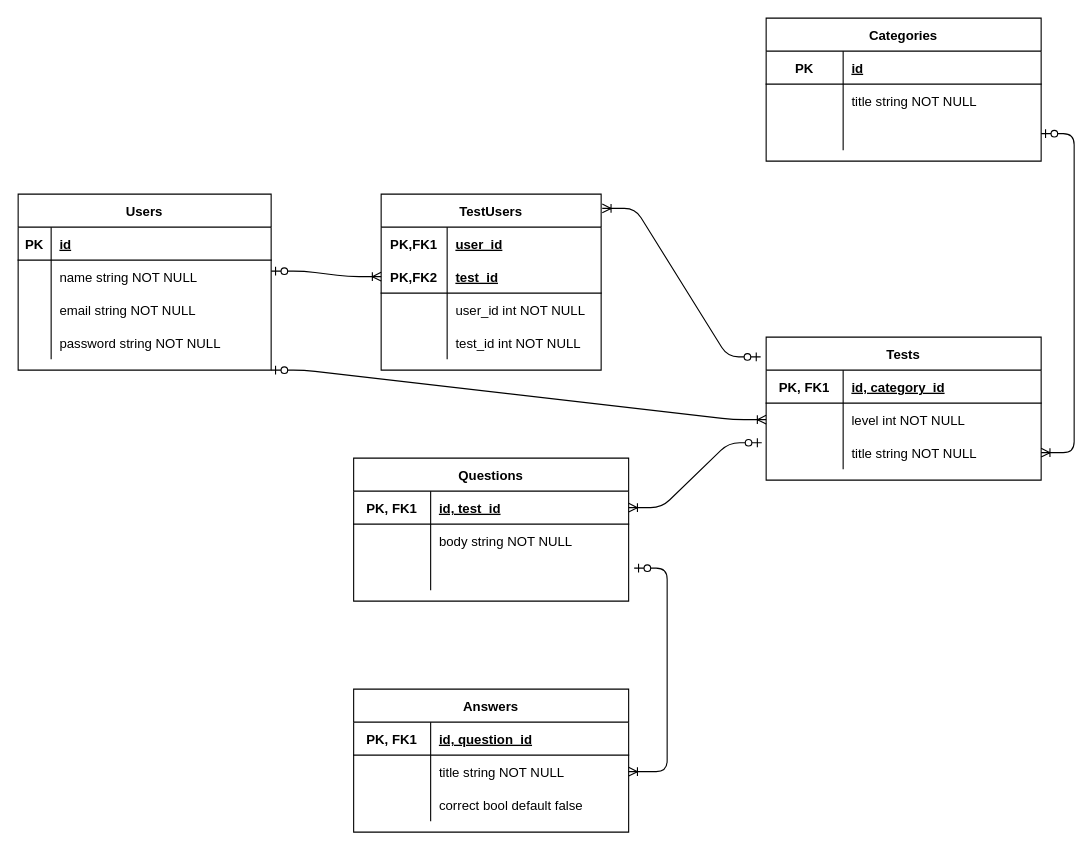
Before: Untitled Diagram.drawio in forzamaks/testGuru, a draw.io diagram. Source tidied: cells renumbered, new cells numbered last; positions are measured from the earlier drawing's top-left corner, leaving out a move shared by most shapes. Both pictures are drawn from the tidied source at 110%, with x=0, y=0 at pixel (18, 18).
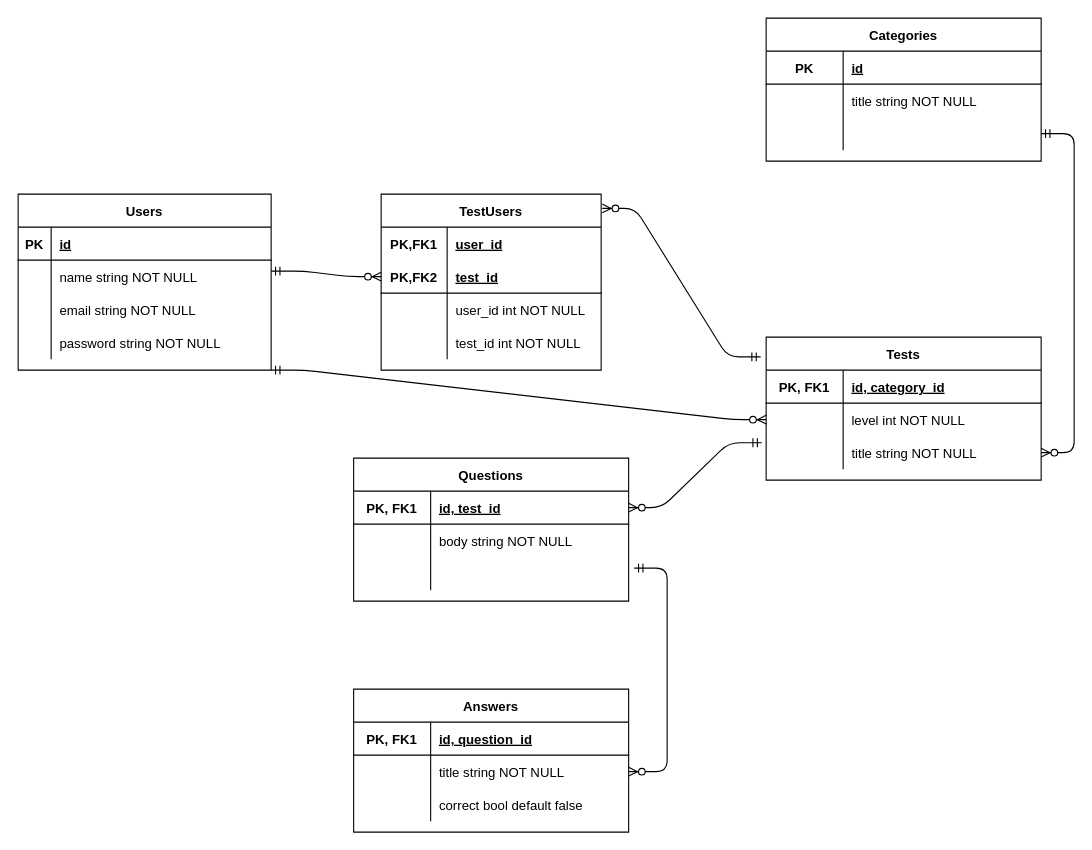
The same page after the edit.

Unchanged cells that the change refers to:
```xml
<mxCell id="2" value="Users" style="shape=table;startSize=30;childLayout=tableLayout;rowLines=0;fontStyle=1;align=center;" parent="1" vertex="1">
  <mxGeometry y="160" width="230" height="160" as="geometry" />
</mxCell>
<mxCell id="15" value="TestUsers" style="shape=table;startSize=30;childLayout=tableLayout;rowLines=0;fontStyle=1;align=center;" parent="1" vertex="1">
  <mxGeometry x="330" y="160" width="200" height="160" as="geometry" />
</mxCell>
<mxCell id="19" style="shape=partialRectangle;fillColor=none;top=0;left=0;bottom=1;right=0;points=[[0,0.5],[1,0.5]];portConstraint=eastwest;" parent="15" vertex="1">
  <mxGeometry y="60" width="200" height="30" as="geometry" />
</mxCell>
<mxCell id="28" value="Tests" style="shape=table;startSize=30;childLayout=tableLayout;rowLines=0;fontStyle=1;align=center;" parent="1" vertex="1">
  <mxGeometry x="680" y="290" width="250" height="130" as="geometry" />
</mxCell>
<mxCell id="32" style="shape=partialRectangle;fillColor=none;top=0;left=0;bottom=0;right=0;points=[[0,0.5],[1,0.5]];portConstraint=eastwest;" parent="28" vertex="1">
  <mxGeometry y="60" width="250" height="30" as="geometry" />
</mxCell>
<mxCell id="35" style="shape=partialRectangle;fillColor=none;top=0;left=0;bottom=0;right=0;points=[[0,0.5],[1,0.5]];portConstraint=eastwest;" parent="28" vertex="1">
  <mxGeometry y="90" width="250" height="30" as="geometry" />
</mxCell>
<mxCell id="45" style="shape=partialRectangle;fillColor=none;top=0;left=0;bottom=0;right=0;points=[[0,0.5],[1,0.5]];portConstraint=eastwest;" parent="38" vertex="1">
  <mxGeometry y="90" width="250" height="30" as="geometry" />
</mxCell>
<mxCell id="49" style="shape=partialRectangle;fillColor=none;top=0;left=0;bottom=1;right=0;points=[[0,0.5],[1,0.5]];portConstraint=eastwest;" parent="48" vertex="1">
  <mxGeometry y="30" width="250" height="30" as="geometry" />
</mxCell>
<mxCell id="62" style="shape=partialRectangle;fillColor=none;top=0;left=0;bottom=0;right=0;points=[[0,0.5],[1,0.5]];portConstraint=eastwest;" parent="58" vertex="1">
  <mxGeometry y="60" width="250" height="30" as="geometry" />
</mxCell>
```

What changed in the source:
```diff
@@
-    <mxCell id="68" style="edgeStyle=entityRelationEdgeStyle;fontSize=12;html=1;endArrow=ERoneToMany;startArrow=ERzeroToOne;entryX=0;entryY=0.5;entryDx=0;entryDy=0;" parent="1" edge="1" target="19">
+    <mxCell id="68" style="edgeStyle=entityRelationEdgeStyle;fontSize=12;html=1;endArrow=ERzeroToMany;startArrow=ERmandOne;entryX=0;entryY=0.5;entryDx=0;entryDy=0;endFill=1;startFill=0;" parent="1" edge="1" target="19">
       <mxGeometry relative="1" as="geometry">
         <mxPoint x="230" y="230" as="sourcePoint" />
       </mxGeometry>
     </mxCell>
-    <mxCell id="69" style="edgeStyle=entityRelationEdgeStyle;fontSize=12;html=1;endArrow=ERoneToMany;startArrow=ERzeroToOne;entryX=1;entryY=0.5;entryDx=0;entryDy=0;" parent="1" edge="1" target="62">
+    <mxCell id="69" style="edgeStyle=entityRelationEdgeStyle;fontSize=12;html=1;endArrow=ERzeroToMany;startArrow=ERmandOne;entryX=1;entryY=0.5;entryDx=0;entryDy=0;endFill=1;startFill=0;" parent="1" edge="1" target="62">
       <mxGeometry relative="1" as="geometry">
         <mxPoint x="560" y="500" as="sourcePoint" />
       </mxGeometry>
     </mxCell>
-    <mxCell id="70" style="edgeStyle=entityRelationEdgeStyle;fontSize=12;html=1;endArrow=ERoneToMany;startArrow=ERzeroToOne;exitX=-0.016;exitY=0.2;exitDx=0;exitDy=0;exitPerimeter=0;entryX=1;entryY=0.5;entryDx=0;entryDy=0;" parent="1" edge="1" source="35" target="49">
+    <mxCell id="70" style="edgeStyle=entityRelationEdgeStyle;fontSize=12;html=1;endArrow=ERzeroToMany;startArrow=ERmandOne;exitX=-0.016;exitY=0.2;exitDx=0;exitDy=0;exitPerimeter=0;entryX=1;entryY=0.5;entryDx=0;entryDy=0;endFill=1;startFill=0;" parent="1" edge="1" source="35" target="49">
       <mxGeometry relative="1" as="geometry" />
     </mxCell>
-    <mxCell id="71" style="edgeStyle=entityRelationEdgeStyle;fontSize=12;html=1;endArrow=ERoneToMany;startArrow=ERzeroToOne;exitX=1;exitY=1;exitDx=0;exitDy=0;entryX=0;entryY=0.5;entryDx=0;entryDy=0;" parent="1" edge="1" source="2" target="32">
+    <mxCell id="71" style="edgeStyle=entityRelationEdgeStyle;fontSize=12;html=1;endArrow=ERzeroToMany;startArrow=ERmandOne;exitX=1;exitY=1;exitDx=0;exitDy=0;entryX=0;entryY=0.5;entryDx=0;entryDy=0;endFill=1;startFill=0;" parent="1" edge="1" source="2" target="32">
       <mxGeometry relative="1" as="geometry" />
     </mxCell>
-    <mxCell id="72" style="edgeStyle=entityRelationEdgeStyle;fontSize=12;html=1;endArrow=ERoneToMany;startArrow=ERzeroToOne;exitX=-0.02;exitY=0.138;exitDx=0;exitDy=0;exitPerimeter=0;entryX=1.005;entryY=0.081;entryDx=0;entryDy=0;entryPerimeter=0;" parent="1" edge="1" source="28" target="15">
+    <mxCell id="72" style="edgeStyle=entityRelationEdgeStyle;fontSize=12;html=1;endArrow=ERzeroToMany;startArrow=ERmandOne;exitX=-0.02;exitY=0.138;exitDx=0;exitDy=0;exitPerimeter=0;entryX=1.005;entryY=0.081;entryDx=0;entryDy=0;entryPerimeter=0;endFill=1;startFill=0;" parent="1" edge="1" source="28" target="15">
       <mxGeometry relative="1" as="geometry" />
     </mxCell>
-    <mxCell id="73" style="edgeStyle=entityRelationEdgeStyle;fontSize=12;html=1;endArrow=ERoneToMany;startArrow=ERzeroToOne;entryX=1;entryY=0.5;entryDx=0;entryDy=0;" parent="1" edge="1" source="45" target="35">
+    <mxCell id="73" style="edgeStyle=entityRelationEdgeStyle;fontSize=12;html=1;endArrow=ERzeroToMany;startArrow=ERmandOne;entryX=1;entryY=0.5;entryDx=0;entryDy=0;endFill=1;startFill=0;" parent="1" edge="1" source="45" target="35">
       <mxGeometry relative="1" as="geometry" />
     </mxCell>
```
